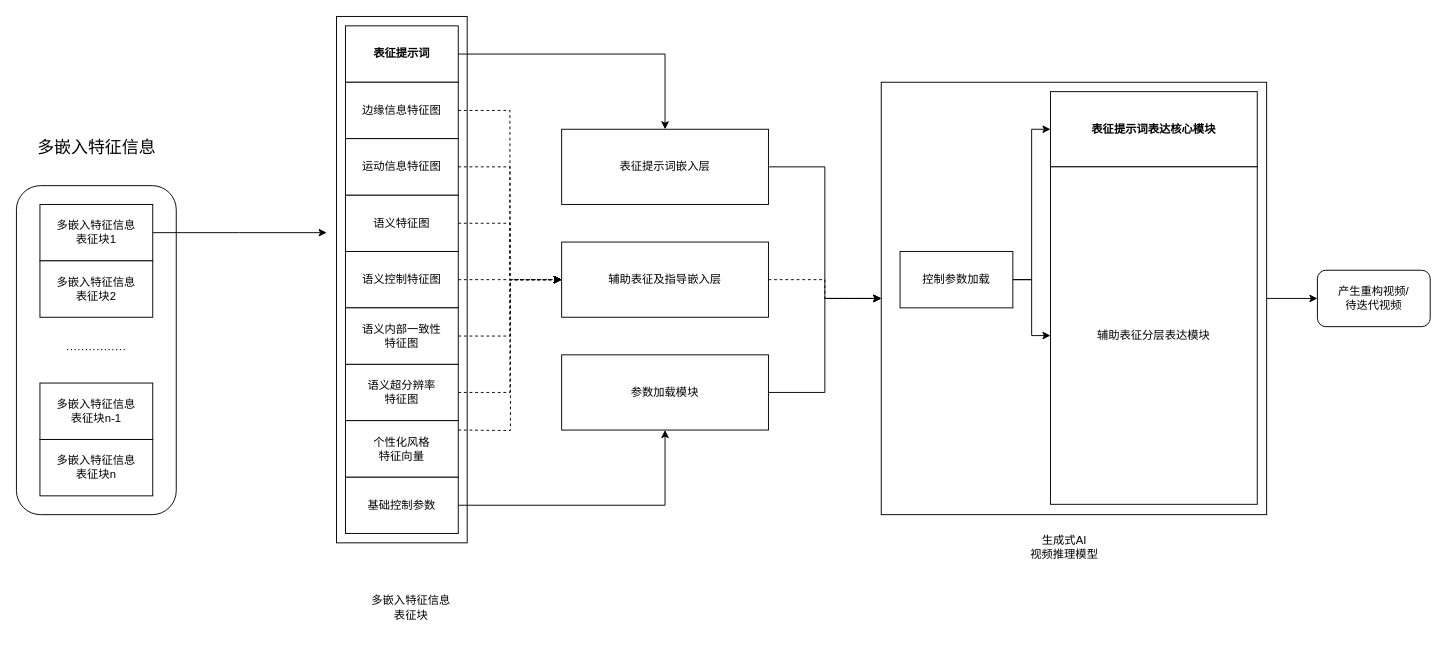
Before: 生成式AI解码模块_视频.drawio in hrf666666/FlowCharts, a draw.io diagram. Source tidied: cells renumbered, new cells numbered last; positions are measured from the earlier drawing's top-left corner, leaving out a move shared by most shapes. Both pictures are drawn from the tidied source at 94%, with x=0, y=0 at pixel (16, 16).
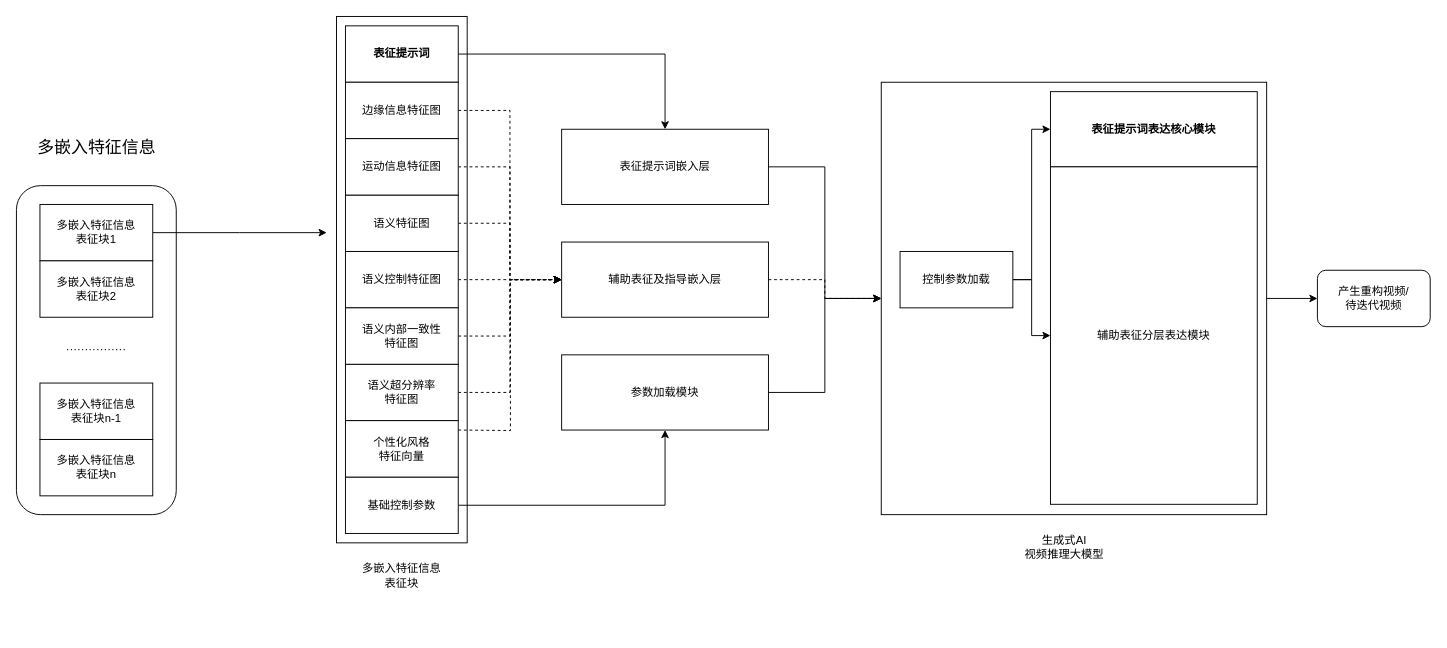
Above is the later version.

Commit message:
更新生成式AI解码模块_视频.drawio

Diff of the diagram source:
```diff
@@
     <mxCell id="11" value="多嵌入特征信息&lt;div&gt;表征块&lt;/div&gt;" style="text;html=1;align=center;verticalAlign=middle;whiteSpace=wrap;rounded=0;" parent="1" vertex="1">
-      <mxGeometry x="359.5" y="604" width="120" height="50" as="geometry" />
+      <mxGeometry x="350" y="570" width="120" height="50" as="geometry" />
     </mxCell>
@@
-    <mxCell id="19" value="生成式AI&lt;div&gt;视频推理模型&lt;/div&gt;" style="text;html=1;align=center;verticalAlign=middle;whiteSpace=wrap;rounded=0;" parent="1" vertex="1">
+    <mxCell id="19" value="生成式AI&lt;div&gt;视频推理大模型&lt;/div&gt;" style="text;html=1;align=center;verticalAlign=middle;whiteSpace=wrap;rounded=0;" parent="1" vertex="1">
       <mxGeometry x="1030" y="550" width="170" height="30" as="geometry" />
     </mxCell>
```
